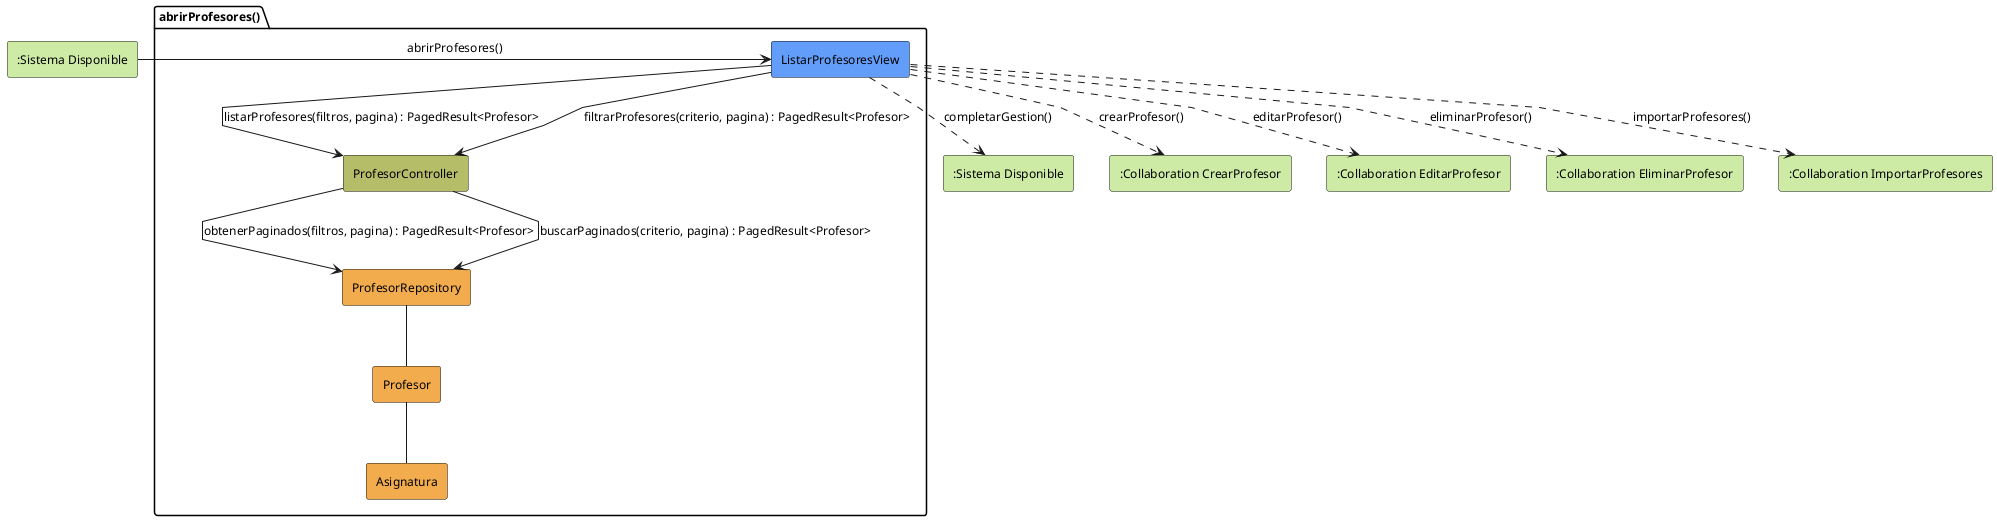
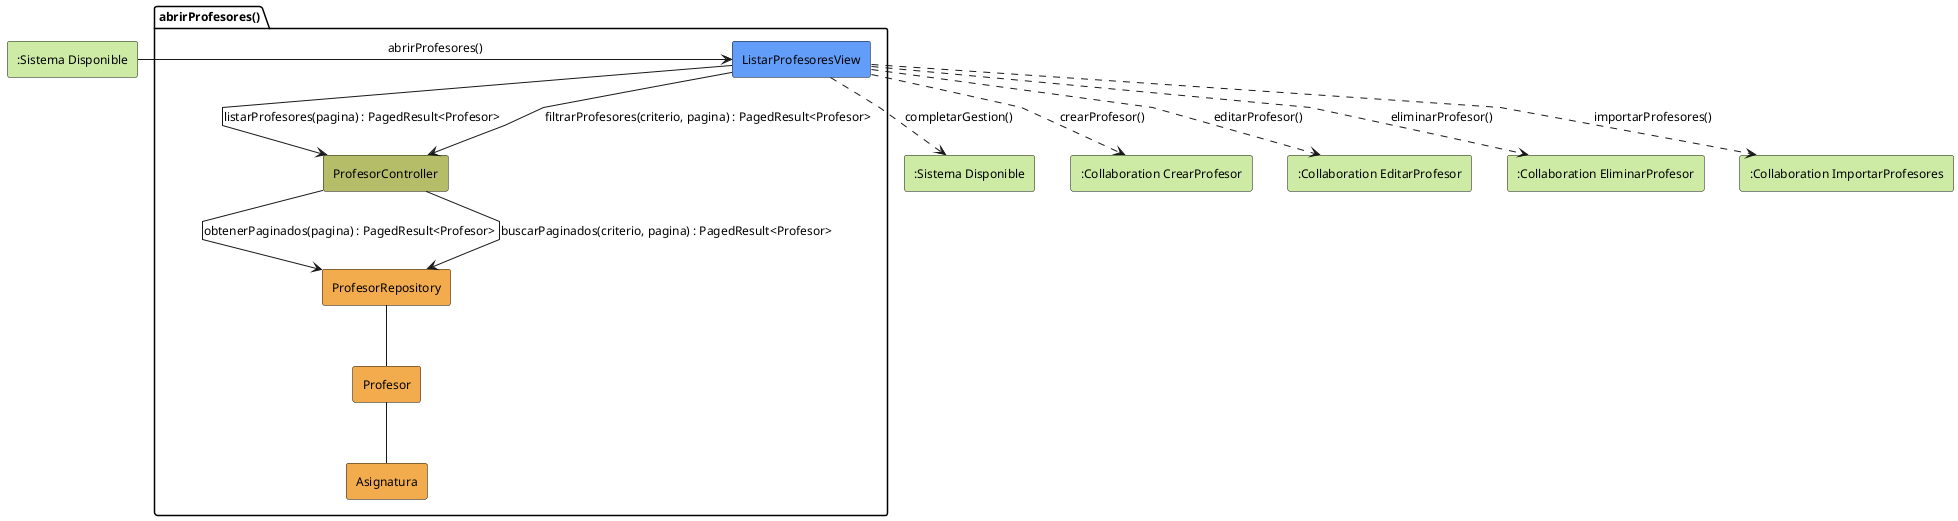
@startuml abrirProfesores-analisis
skinparam backgroundColor white
skinparam shadowing false
skinparam DefaultFontColor black
skinparam DefaultFontSize 12
skinparam linetype polyline

rectangle #CDEBA5 ":Sistema Disponible" as SistemaDisponible

package abrirProfesores as "abrirProfesores()" {
    rectangle #629EF9 ListarProfesoresView
    rectangle #b5bd68 ProfesorController
    rectangle #F2AC4E ProfesorRepository
    rectangle #F2AC4E Profesor
    rectangle #F2AC4E Asignatura
}

rectangle #CDEBA5 ":Sistema Disponible" as SistemaDisponibleSalida
rectangle #CDEBA5 ":Collaboration CrearProfesor" as CrearProfesor
rectangle #CDEBA5 ":Collaboration EditarProfesor" as EditarProfesor
rectangle #CDEBA5 ":Collaboration EliminarProfesor" as EliminarProfesor
rectangle #CDEBA5 ":Collaboration ImportarProfesores" as ImportarProfesores

SistemaDisponible -r-> ListarProfesoresView: abrirProfesores()

- ListarProfesoresView -d-> ProfesorController: listarProfesores(filtros, pagina) : PagedResult<Profesor>
+ ListarProfesoresView -d-> ProfesorController: listarProfesores(pagina) : PagedResult<Profesor>

- ProfesorController --> ProfesorRepository: obtenerPaginados(filtros, pagina) : PagedResult<Profesor>
+ ProfesorController --> ProfesorRepository: obtenerPaginados(pagina) : PagedResult<Profesor>

ProfesorRepository -- Profesor
Profesor -- Asignatura

ListarProfesoresView --> ProfesorController: filtrarProfesores(criterio, pagina) : PagedResult<Profesor>

ProfesorController --> ProfesorRepository: buscarPaginados(criterio, pagina) : PagedResult<Profesor>

ListarProfesoresView ..> SistemaDisponibleSalida: completarGestion()
ListarProfesoresView ..> CrearProfesor: crearProfesor()
ListarProfesoresView ..> EditarProfesor: editarProfesor()
ListarProfesoresView ..> EliminarProfesor: eliminarProfesor()
ListarProfesoresView ..> ImportarProfesores: importarProfesores()

@enduml
